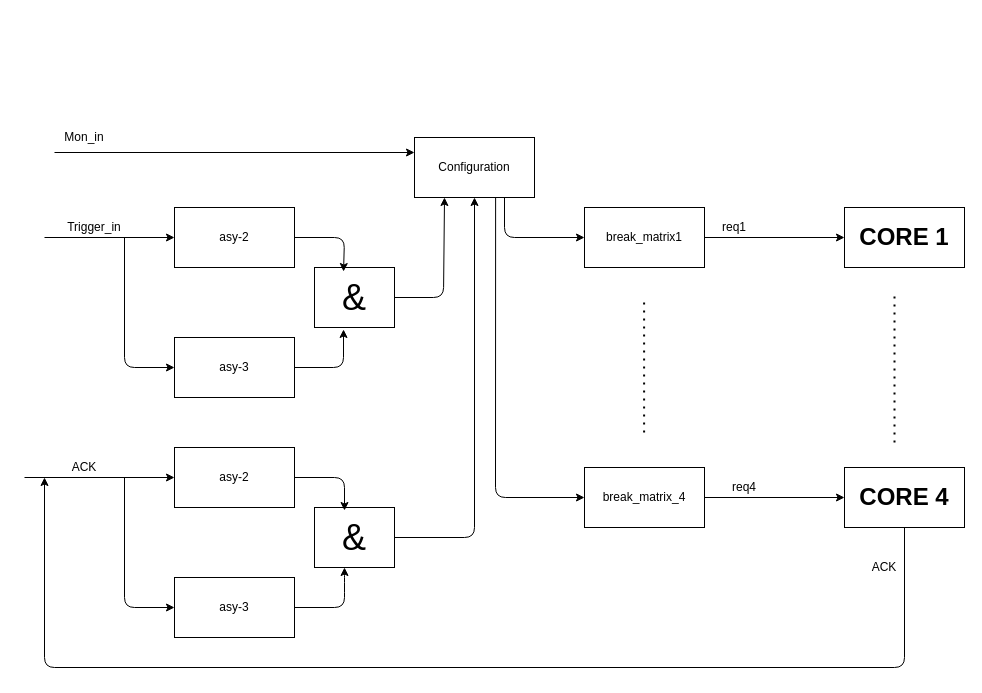
Before: Untitled Diagram.drawio in ASIC-Design/test, a draw.io diagram. Source tidied: cells renumbered, new cells numbered last; positions are measured from the earlier drawing's top-left corner, leaving out a move shared by most shapes. Both pictures are drawn from the tidied source at 100%, with x=0, y=0 at pixel (24, 127).
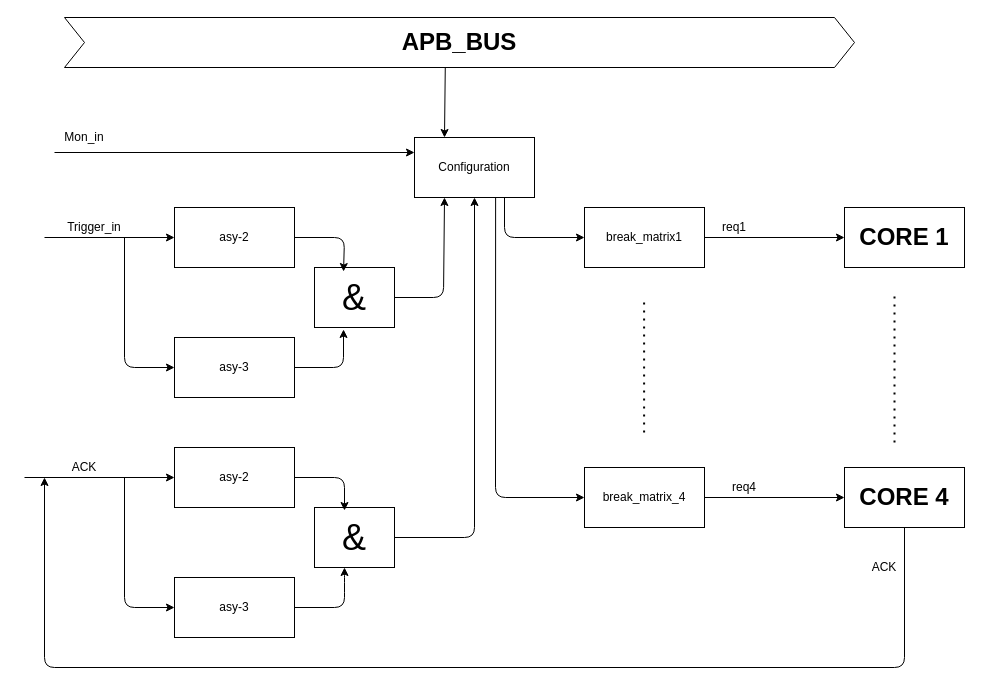
The same page after the edit.

Unchanged cells that the change refers to:
```xml
<mxCell id="28" value="Configuration" style="rounded=0;whiteSpace=wrap;html=1;" parent="1" vertex="1">
  <mxGeometry x="390" y="10" width="120" height="60" as="geometry" />
</mxCell>
```

Diff of the diagram source:
```diff
@@
+    <mxCell id="37" value="&lt;font style=&quot;font-size: 24px&quot;&gt;&lt;b&gt;APB_BUS&lt;/b&gt;&lt;/font&gt;" style="shape=step;perimeter=stepPerimeter;whiteSpace=wrap;html=1;fixedSize=1;" parent="1" vertex="1">
+      <mxGeometry x="40" y="-110" width="790" height="50" as="geometry" />
+    </mxCell>
+    <mxCell id="38" style="endArrow=classic;html=1;entryX=0.25;entryY=0;entryDx=0;entryDy=0;exitX=0.482;exitY=1.007;exitDx=0;exitDy=0;exitPerimeter=0;" parent="1" edge="1" source="37" target="28">
+      <mxGeometry relative="1" as="geometry" />
+    </mxCell>
```
